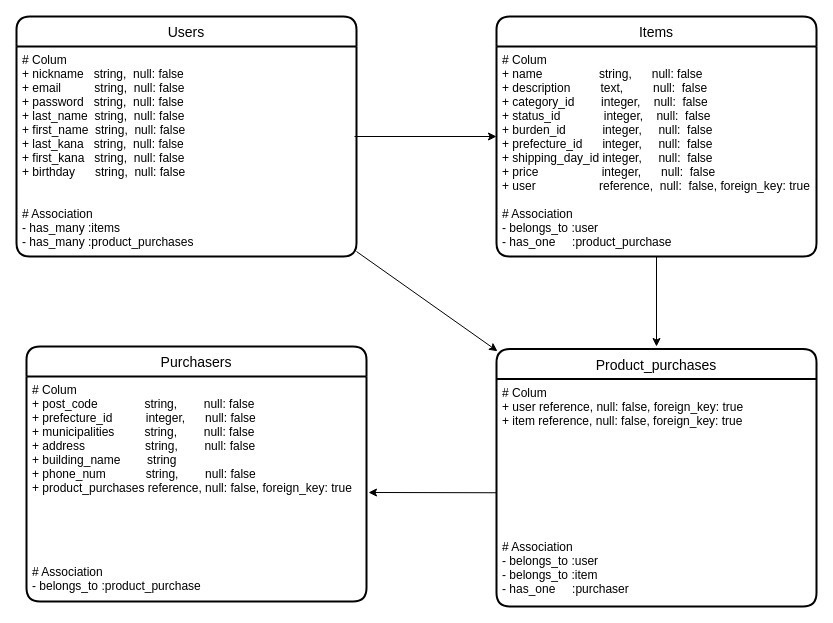
Before: app/hurima.dio in Acetaff/furima-37555, a draw.io diagram. Source tidied: cells renumbered, new cells numbered last; positions are measured from the earlier drawing's top-left corner, leaving out a move shared by most shapes. Both pictures are drawn from the tidied source at 100%, with x=0, y=0 at pixel (16, 16).
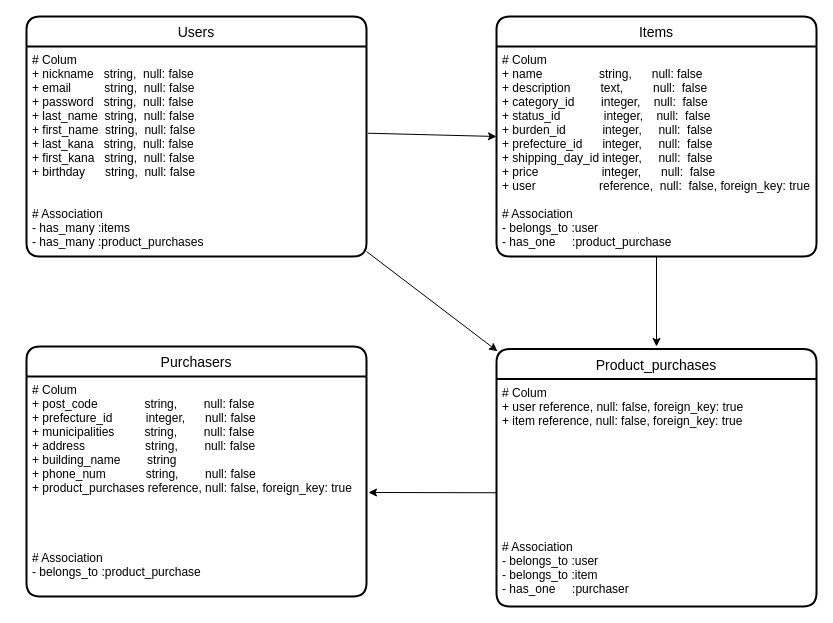
The same page after the edit.

Commit message:
ER図のレイアウトを微調整

Diff of the diagram source:
```diff
@@
 <mxGraphModel>
   <root>
     <mxCell id="0" />
     <mxCell id="1" parent="0" />
     <mxCell id="2" value="Items" style="swimlane;horizontal=1;startSize=30;rounded=1;fontSize=14;fontStyle=0;strokeWidth=2;shadow=0;dashed=0;align=center;" parent="1" vertex="1">
       <mxGeometry x="480" width="320" height="240" as="geometry" />
     </mxCell>
     <mxCell id="3" value="# Colum&#10;+ name                 string,      null: false&#10;+ description         text,         null:  false&#10;+ category_id        integer,    null:  false&#10;+ status_id             integer,    null:  false&#10;+ burden_id           integer,     null:  false&#10;+ prefecture_id      integer,     null:  false &#10;+ shipping_day_id integer,     null:  false&#10;+ price                   integer,      null:  false &#10;+ user                   reference,  null:  false, foreign_key: true&#10;&#10;# Association&#10;- belongs_to :user&#10;- has_one     :product_purchase" style="align=left;strokeColor=none;fillColor=none;spacingLeft=4;fontSize=12;verticalAlign=top;" parent="2" vertex="1">
       <mxGeometry y="30" width="320" height="210" as="geometry" />
     </mxCell>
     <mxCell id="4" value="Purchasers" style="swimlane;horizontal=1;startSize=30;rounded=1;fontSize=14;fontStyle=0;strokeWidth=2;shadow=0;dashed=0;align=center;" parent="1" vertex="1">
-      <mxGeometry x="10" y="330" width="340" height="255" as="geometry" />
+      <mxGeometry x="10" y="330" width="340" height="250" as="geometry" />
     </mxCell>
-    <mxCell id="5" value="# Colum&#10;+ post_code              string,        null: false&#10;+ prefecture_id          integer,      null: false&#10;+ municipalities         string,        null: false&#10;+ address                  string,        null: false &#10;+ building_name        string&#10;+ phone_num            string,        null: false&#10;+ product_purchases reference, null: false, foreign_key: true&#10;&#10;&#10;&#10;&#10;&#10;# Association&#10;- belongs_to :product_purchase" style="align=left;strokeColor=none;fillColor=none;spacingLeft=4;fontSize=12;verticalAlign=top;" parent="4" vertex="1">
-      <mxGeometry y="30" width="340" height="225" as="geometry" />
+    <mxCell id="5" value="# Colum&#10;+ post_code              string,        null: false&#10;+ prefecture_id          integer,      null: false&#10;+ municipalities         string,        null: false&#10;+ address                  string,        null: false &#10;+ building_name        string&#10;+ phone_num            string,        null: false&#10;+ product_purchases reference, null: false, foreign_key: true&#10;&#10;&#10;&#10;&#10;# Association&#10;- belongs_to :product_purchase" style="align=left;strokeColor=none;fillColor=none;spacingLeft=4;fontSize=12;verticalAlign=top;" parent="4" vertex="1">
+      <mxGeometry y="30" width="340" height="220" as="geometry" />
     </mxCell>
-    <mxCell id="6" style="edgeStyle=none;html=1;entryX=0;entryY=0.5;entryDx=0;entryDy=0;" parent="1" edge="1">
+    <mxCell id="6" style="edgeStyle=none;html=1;entryX=0;entryY=0.5;entryDx=0;entryDy=0;exitX=1.004;exitY=0.413;exitDx=0;exitDy=0;exitPerimeter=0;" parent="1" edge="1" source="10">
       <mxGeometry relative="1" as="geometry">
-        <mxPoint x="338" y="120" as="sourcePoint" />
         <mxPoint x="480" y="120" as="targetPoint" />
       </mxGeometry>
     </mxCell>
     <mxCell id="7" value="Product_purchases" style="swimlane;horizontal=1;startSize=30;rounded=1;fontSize=14;fontStyle=0;strokeWidth=2;shadow=0;dashed=0;align=center;" parent="1" vertex="1">
       <mxGeometry x="480" y="332.5" width="320" height="257.5" as="geometry" />
     </mxCell>
     <mxCell id="8" value="# Colum&#10;+ user reference, null: false, foreign_key: true&#10;+ item reference, null: false, foreign_key: true&#10;&#10;&#10;&#10;&#10;&#10;&#10;&#10;&#10;# Association&#10;- belongs_to :user&#10;- belongs_to :item&#10;- has_one     :purchaser" style="align=left;strokeColor=none;fillColor=none;spacingLeft=4;fontSize=12;verticalAlign=top;" parent="7" vertex="1">
       <mxGeometry y="30" width="320" height="227.5" as="geometry" />
     </mxCell>
     <mxCell id="9" value="Users" style="swimlane;horizontal=1;startSize=30;rounded=1;fontSize=14;fontStyle=0;strokeWidth=2;shadow=0;dashed=0;align=center;" parent="1" vertex="1">
-      <mxGeometry width="340" height="240" as="geometry" />
+      <mxGeometry x="10" width="340" height="240" as="geometry" />
     </mxCell>
     <mxCell id="10" value="# Colum&#10;+ nickname   string,  null: false&#10;+ email          string,  null: false&#10;+ password   string,  null: false&#10;+ last_name  string,  null: false&#10;+ first_name  string,  null: false&#10;+ last_kana   string,  null: false&#10;+ first_kana   string,  null: false&#10;+ birthday      string,  null: false&#10;&#10;&#10;# Association&#10;- has_many :items&#10;- has_many :product_purchases" style="align=left;strokeColor=none;fillColor=none;spacingLeft=4;fontSize=12;verticalAlign=top;" parent="9" vertex="1">
       <mxGeometry y="30" width="340" height="210" as="geometry" />
     </mxCell>
     <mxCell id="11" style="edgeStyle=none;html=1;entryX=0.003;entryY=0.028;entryDx=0;entryDy=0;entryPerimeter=0;" parent="1" edge="1">
       <mxGeometry relative="1" as="geometry">
-        <mxPoint x="340" y="235" as="sourcePoint" />
+        <mxPoint x="350" y="235" as="sourcePoint" />
         <mxPoint x="481" y="334.7" as="targetPoint" />
       </mxGeometry>
     </mxCell>
     <mxCell id="12" style="edgeStyle=none;html=1;exitX=0.5;exitY=1;exitDx=0;exitDy=0;" parent="1" edge="1" source="3">
       <mxGeometry relative="1" as="geometry">
         <mxPoint x="640" y="330" as="targetPoint" />
       </mxGeometry>
     </mxCell>
     <mxCell id="13" style="edgeStyle=none;html=1;exitX=0;exitY=0.5;exitDx=0;exitDy=0;" parent="1" edge="1" source="8">
       <mxGeometry relative="1" as="geometry">
         <mxPoint x="352" y="476" as="targetPoint" />
       </mxGeometry>
     </mxCell>
   </root>
 </mxGraphModel>
```
